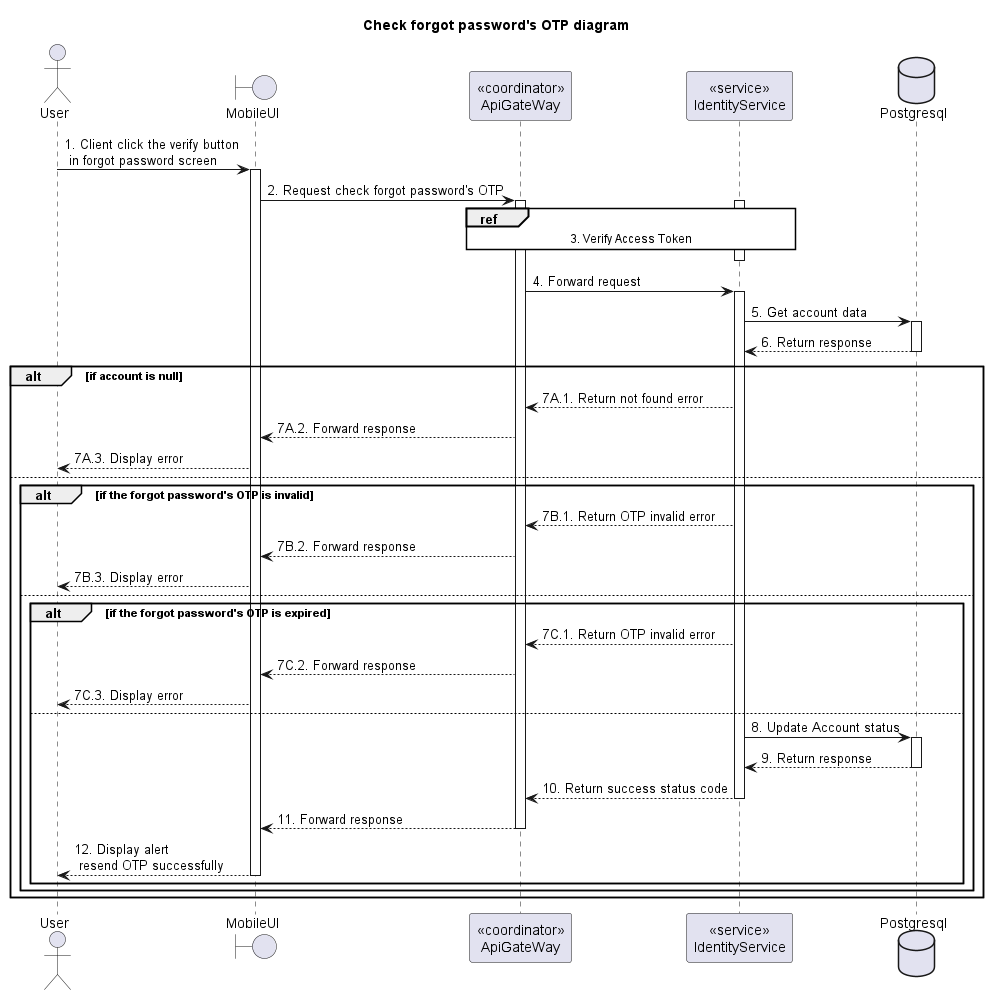
Before: doc/SDS/Identity/CheckForgotPasswordOTP/Sequence.png, a diagram exported from PlantUML (Carl-Johnsons/tastopia). Source of this version:
```plantuml
@startuml Sequence
title "Check forgot password's OTP diagram"

<style>
  sequenceDiagram {
    reference {
      BackGroundColor white
    }
}
</style>

actor User
boundary MobileUI
participant "<<coordinator>>\nApiGateWay" as ApiGateway
participant "<<service>>\nIdentityService" as IdentityService
database Postgresql

User -> MobileUI ++: 1. Client click the verify button\n in forgot password screen
MobileUI -> ApiGateway ++: 2. Request check forgot password's OTP

activate IdentityService
ref over ApiGateway, IdentityService: 3. Verify Access Token
ApiGateway -[hidden]-> IdentityService
deactivate IdentityService

ApiGateway -> IdentityService ++: 4. Forward request
IdentityService -> Postgresql ++: 5. Get account data
IdentityService <-- Postgresql --: 6. Return response

alt if account is null
    ApiGateway <-- IdentityService: 7A.1. Return not found error
    MobileUI <-- ApiGateway: 7A.2. Forward response
    User <-- MobileUI: 7A.3. Display error
else
    alt if the forgot password's OTP is invalid
      ApiGateway <-- IdentityService: 7B.1. Return OTP invalid error
      MobileUI <-- ApiGateway: 7B.2. Forward response
      User <-- MobileUI: 7B.3. Display error
    else
      alt if the forgot password's OTP is expired
        ApiGateway <-- IdentityService: 7C.1. Return OTP invalid error
        MobileUI <-- ApiGateway: 7C.2. Forward response
        User <-- MobileUI: 7C.3. Display error
      else
        IdentityService -> Postgresql ++: 8. Update Account status
        IdentityService <-- Postgresql --: 9. Return response
        ApiGateway <-- IdentityService --: 10. Return success status code
        MobileUI <-- ApiGateway --: 11. Forward response
        User <-- MobileUI --: 12. Display alert\n resend OTP successfully
      end
    end
end

@enduml
```
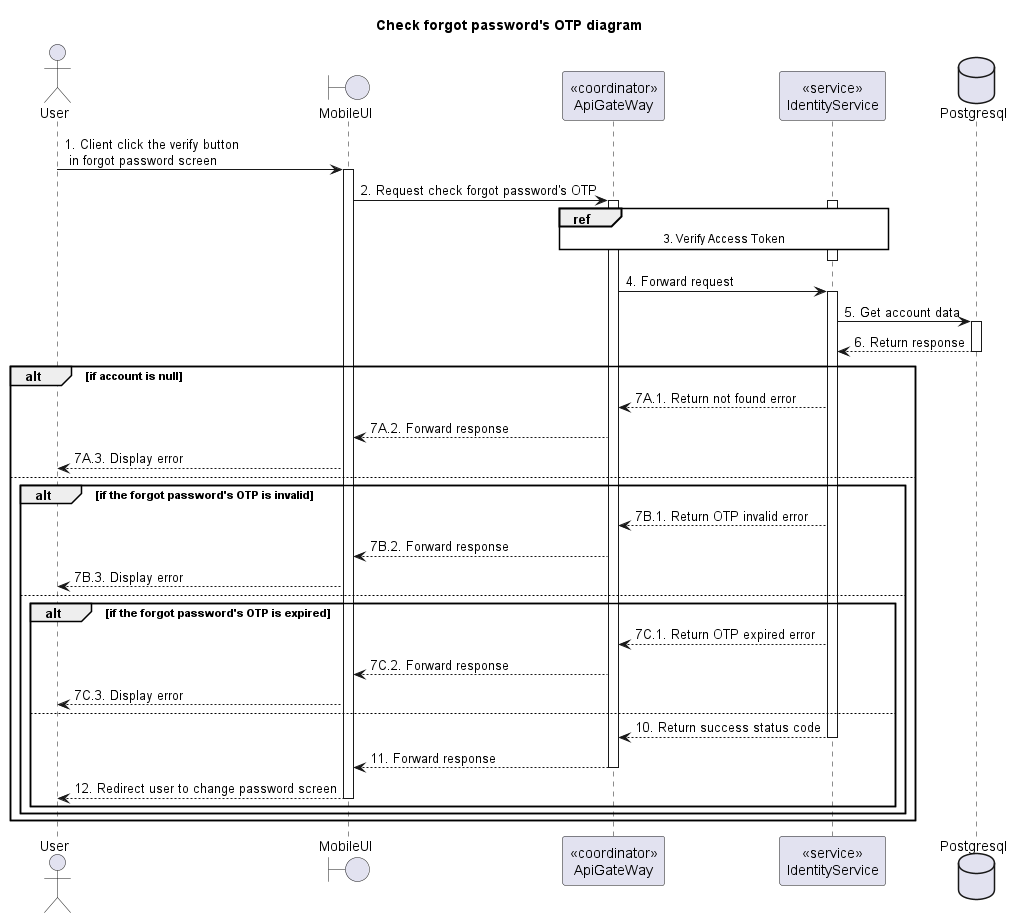
After the change.

The edit, as a diff of the source:
```diff
@@ -28,27 +28,25 @@
 IdentityService <-- Postgresql --: 6. Return response
 
 alt if account is null
-    ApiGateway <-- IdentityService: 7A.1. Return not found error
-    MobileUI <-- ApiGateway: 7A.2. Forward response
-    User <-- MobileUI: 7A.3. Display error
+  ApiGateway <-- IdentityService: 7A.1. Return not found error
+  MobileUI <-- ApiGateway: 7A.2. Forward response
+  User <-- MobileUI: 7A.3. Display error
 else
-    alt if the forgot password's OTP is invalid
-      ApiGateway <-- IdentityService: 7B.1. Return OTP invalid error
-      MobileUI <-- ApiGateway: 7B.2. Forward response
-      User <-- MobileUI: 7B.3. Display error
+  alt if the forgot password's OTP is invalid
+    ApiGateway <-- IdentityService: 7B.1. Return OTP invalid error
+    MobileUI <-- ApiGateway: 7B.2. Forward response
+    User <-- MobileUI: 7B.3. Display error
+  else
+    alt if the forgot password's OTP is expired
+      ApiGateway <-- IdentityService: 7C.1. Return OTP expired error
+      MobileUI <-- ApiGateway: 7C.2. Forward response
+      User <-- MobileUI: 7C.3. Display error
     else
-      alt if the forgot password's OTP is expired
-        ApiGateway <-- IdentityService: 7C.1. Return OTP invalid error
-        MobileUI <-- ApiGateway: 7C.2. Forward response
-        User <-- MobileUI: 7C.3. Display error
-      else
-        IdentityService -> Postgresql ++: 8. Update Account status
-        IdentityService <-- Postgresql --: 9. Return response
-        ApiGateway <-- IdentityService --: 10. Return success status code
-        MobileUI <-- ApiGateway --: 11. Forward response
-        User <-- MobileUI --: 12. Display alert\n resend OTP successfully
-      end
+      ApiGateway <-- IdentityService --: 10. Return success status code
+      MobileUI <-- ApiGateway --: 11. Forward response
+      User <-- MobileUI --: 12. Redirect user to change password screen
     end
+  end
 end
 
 @enduml
```
